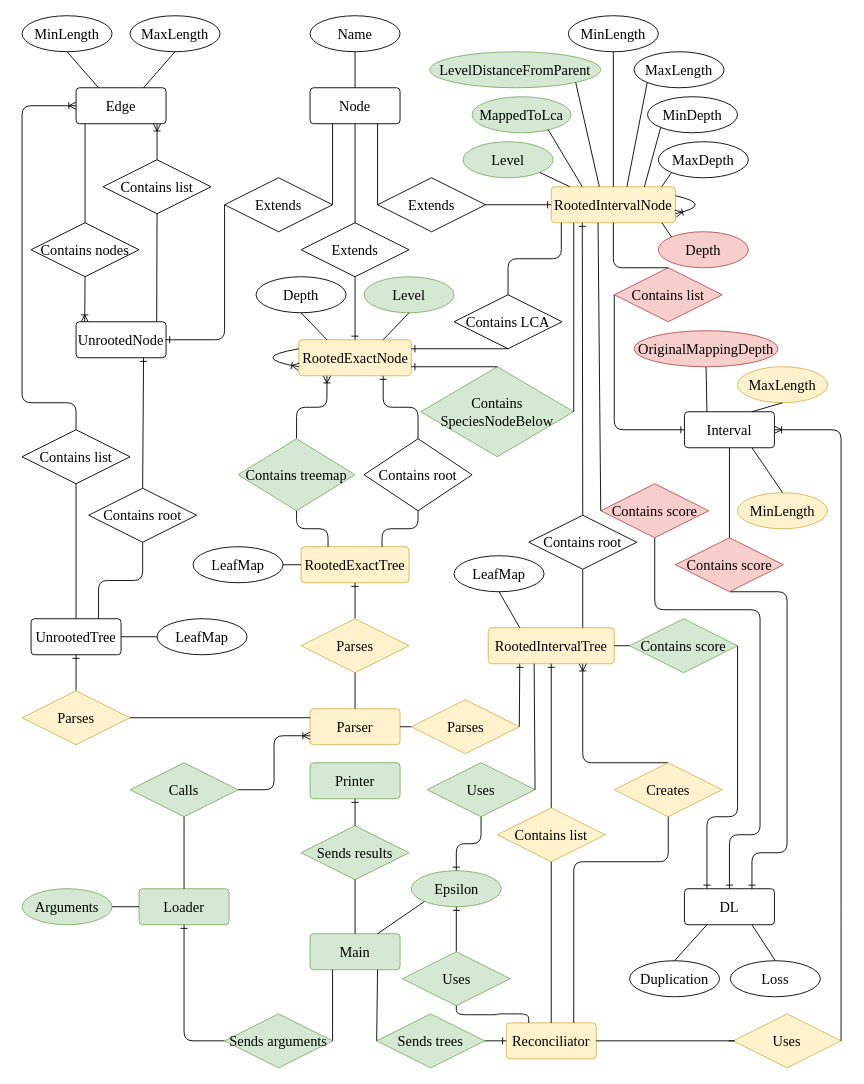
Above: latex_diploma_thesis/figures/relation_diagram.drawio in mihalova/diploma_thesis (draw.io), before the change. Source tidied: cells renumbered, new cells numbered last; positions are measured from the earlier drawing's top-left corner, leaving out a move shared by most shapes. Both pictures are drawn from the tidied source at 90%, with x=0, y=0 at pixel (22, 15).
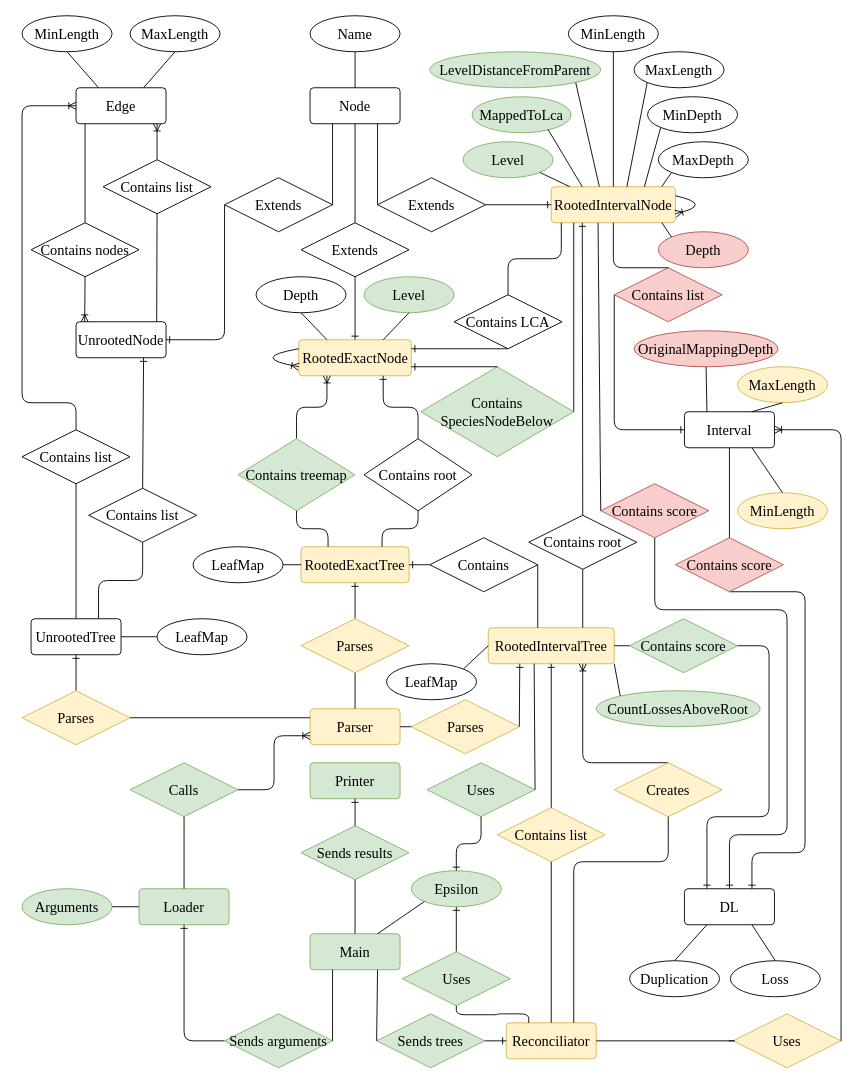
Above is the later version.

Unchanged cells that the change refers to:
```xml
<mxCell id="18" value="DL" style="rounded=1;arcSize=10;whiteSpace=wrap;html=1;align=center;fontFamily=Times New Roman;fontSize=16;" parent="1" vertex="1">
  <mxGeometry x="736" y="970" width="100" height="40" as="geometry" />
</mxCell>
<mxCell id="42" value="RootedExactTree" style="rounded=1;arcSize=10;whiteSpace=wrap;html=1;align=center;fontFamily=Times New Roman;fontSize=16;fillColor=#fff2cc;strokeColor=#d6b656;" parent="1" vertex="1">
  <mxGeometry x="310" y="590" width="120" height="40" as="geometry" />
</mxCell>
<mxCell id="62" value="RootedIntervalTree" style="rounded=1;arcSize=10;whiteSpace=wrap;html=1;align=center;fontFamily=Times New Roman;fontSize=16;fillColor=#fff2cc;strokeColor=#d6b656;" parent="1" vertex="1">
  <mxGeometry x="518" y="680" width="140" height="40" as="geometry" />
</mxCell>
<mxCell id="122" value="Contains score" style="shape=rhombus;perimeter=rhombusPerimeter;whiteSpace=wrap;html=1;align=center;fillColor=#d5e8d4;strokeColor=#82b366;fontFamily=Times New Roman;fontSize=16;" parent="1" vertex="1">
  <mxGeometry x="675" y="670" width="120" height="60" as="geometry" />
</mxCell>
<mxCell id="126" value="Contains score" style="shape=rhombus;perimeter=rhombusPerimeter;whiteSpace=wrap;html=1;align=center;fillColor=#f8cecc;strokeColor=#b85450;fontFamily=Times New Roman;fontSize=16;" parent="1" vertex="1">
  <mxGeometry x="726" y="580" width="120" height="60" as="geometry" />
</mxCell>
<mxCell id="129" value="Contains score" style="shape=rhombus;perimeter=rhombusPerimeter;whiteSpace=wrap;html=1;align=center;fillColor=#f8cecc;strokeColor=#b85450;fontFamily=Times New Roman;fontSize=16;" parent="1" vertex="1">
  <mxGeometry x="643" y="520" width="120" height="60" as="geometry" />
</mxCell>
```

What changed in the source:
```diff
@@
-    <mxCell id="24" value="Contains root" style="shape=rhombus;perimeter=rhombusPerimeter;whiteSpace=wrap;html=1;align=center;fontFamily=Times New Roman;fontSize=16;" parent="1" vertex="1">
+    <mxCell id="24" value="Contains list" style="shape=rhombus;perimeter=rhombusPerimeter;whiteSpace=wrap;html=1;align=center;fontFamily=Times New Roman;fontSize=16;" parent="1" vertex="1">
       <mxGeometry x="74" y="525" width="120" height="60" as="geometry" />
     </mxCell>
@@
     <mxCell id="64" value="LeafMap" style="ellipse;whiteSpace=wrap;html=1;align=center;fontFamily=Times New Roman;fontSize=16;" parent="1" vertex="1">
-      <mxGeometry x="480" y="600" width="100" height="40" as="geometry" />
+      <mxGeometry x="405" y="720" width="100" height="40" as="geometry" />
     </mxCell>
@@
-    <mxCell id="120" style="fontSize=16;html=1;endArrow=none;endFill=1;entryX=0.25;entryY=0;entryDx=0;entryDy=0;exitX=0.5;exitY=1;exitDx=0;exitDy=0;fontFamily=Times New Roman;" parent="1" edge="1" source="64" target="62">
+    <mxCell id="120" style="fontSize=16;html=1;endArrow=none;endFill=1;entryX=0;entryY=0.5;entryDx=0;entryDy=0;exitX=1;exitY=0;exitDx=0;exitDy=0;fontFamily=Times New Roman;" parent="1" edge="1" source="64" target="62">
       <mxGeometry relative="1" as="geometry" />
     </mxCell>
     <mxCell id="121" style="fontSize=12;html=1;endArrow=ERone;endFill=1;exitX=1;exitY=0.5;exitDx=0;exitDy=0;entryX=0.25;entryY=0;entryDx=0;entryDy=0;startArrow=none;edgeStyle=orthogonalEdgeStyle;" parent="1" edge="1" source="122" target="18">
       <mxGeometry relative="1" as="geometry">
         <Array as="points">
-          <mxPoint x="795" y="890" />
+          <mxPoint x="830" y="700" />
+          <mxPoint x="830" y="890" />
           <mxPoint x="761" y="890" />
         </Array>
       </mxGeometry>
     </mxCell>
@@
     <mxCell id="125" style="fontSize=12;html=1;endArrow=ERone;endFill=1;exitX=0.5;exitY=1;exitDx=0;exitDy=0;startArrow=none;entryX=0.75;entryY=0;entryDx=0;entryDy=0;edgeStyle=orthogonalEdgeStyle;" parent="1" edge="1" source="126" target="18">
       <mxGeometry relative="1" as="geometry">
         <Array as="points">
-          <mxPoint x="850" y="640" />
-          <mxPoint x="850" y="930" />
+          <mxPoint x="870" y="640" />
+          <mxPoint x="870" y="930" />
           <mxPoint x="811" y="930" />
         </Array>
       </mxGeometry>
     </mxCell>
@@
     <mxCell id="128" style="fontSize=12;html=1;endArrow=ERone;endFill=1;exitX=0.5;exitY=1;exitDx=0;exitDy=0;startArrow=none;edgeStyle=orthogonalEdgeStyle;entryX=0.5;entryY=0;entryDx=0;entryDy=0;" parent="1" edge="1" source="129" target="18">
       <mxGeometry relative="1" as="geometry">
         <Array as="points">
           <mxPoint x="703" y="660" />
-          <mxPoint x="820" y="660" />
-          <mxPoint x="820" y="910" />
+          <mxPoint x="850" y="660" />
+          <mxPoint x="850" y="910" />
           <mxPoint x="786" y="910" />
         </Array>
       </mxGeometry>
     </mxCell>
@@
+    <mxCell id="151" style="fontSize=12;html=1;endArrow=ERone;endFill=1;exitX=0;exitY=0.5;exitDx=0;exitDy=0;entryX=1;entryY=0.5;entryDx=0;entryDy=0;startArrow=none;" parent="1" edge="1" source="152" target="42">
+      <mxGeometry relative="1" as="geometry" />
+    </mxCell>
+    <mxCell id="152" value="Contains" style="shape=rhombus;perimeter=rhombusPerimeter;whiteSpace=wrap;html=1;align=center;fontFamily=Times New Roman;fontSize=16;" parent="1" vertex="1">
+      <mxGeometry x="453" y="580" width="120" height="60" as="geometry" />
+    </mxCell>
+    <mxCell id="153" style="fontSize=12;html=1;endArrow=none;endFill=1;entryX=1;entryY=0.5;entryDx=0;entryDy=0;" parent="1" edge="1" target="152">
+      <mxGeometry relative="1" as="geometry">
+        <mxPoint x="573" y="680" as="sourcePoint" />
+      </mxGeometry>
+    </mxCell>
+    <mxCell id="154" value="CountLossesAboveRoot" style="ellipse;whiteSpace=wrap;html=1;align=center;fontFamily=Times New Roman;fontSize=16;fillColor=#d5e8d4;strokeColor=#82b366;" parent="1" vertex="1">
+      <mxGeometry x="638" y="750" width="182" height="40" as="geometry" />
+    </mxCell>
+    <mxCell id="155" style="fontSize=16;html=1;endArrow=none;endFill=1;entryX=1;entryY=1;entryDx=0;entryDy=0;exitX=0;exitY=0;exitDx=0;exitDy=0;fontFamily=Times New Roman;" parent="1" edge="1" source="154" target="62">
+      <mxGeometry relative="1" as="geometry" />
+    </mxCell>
```
